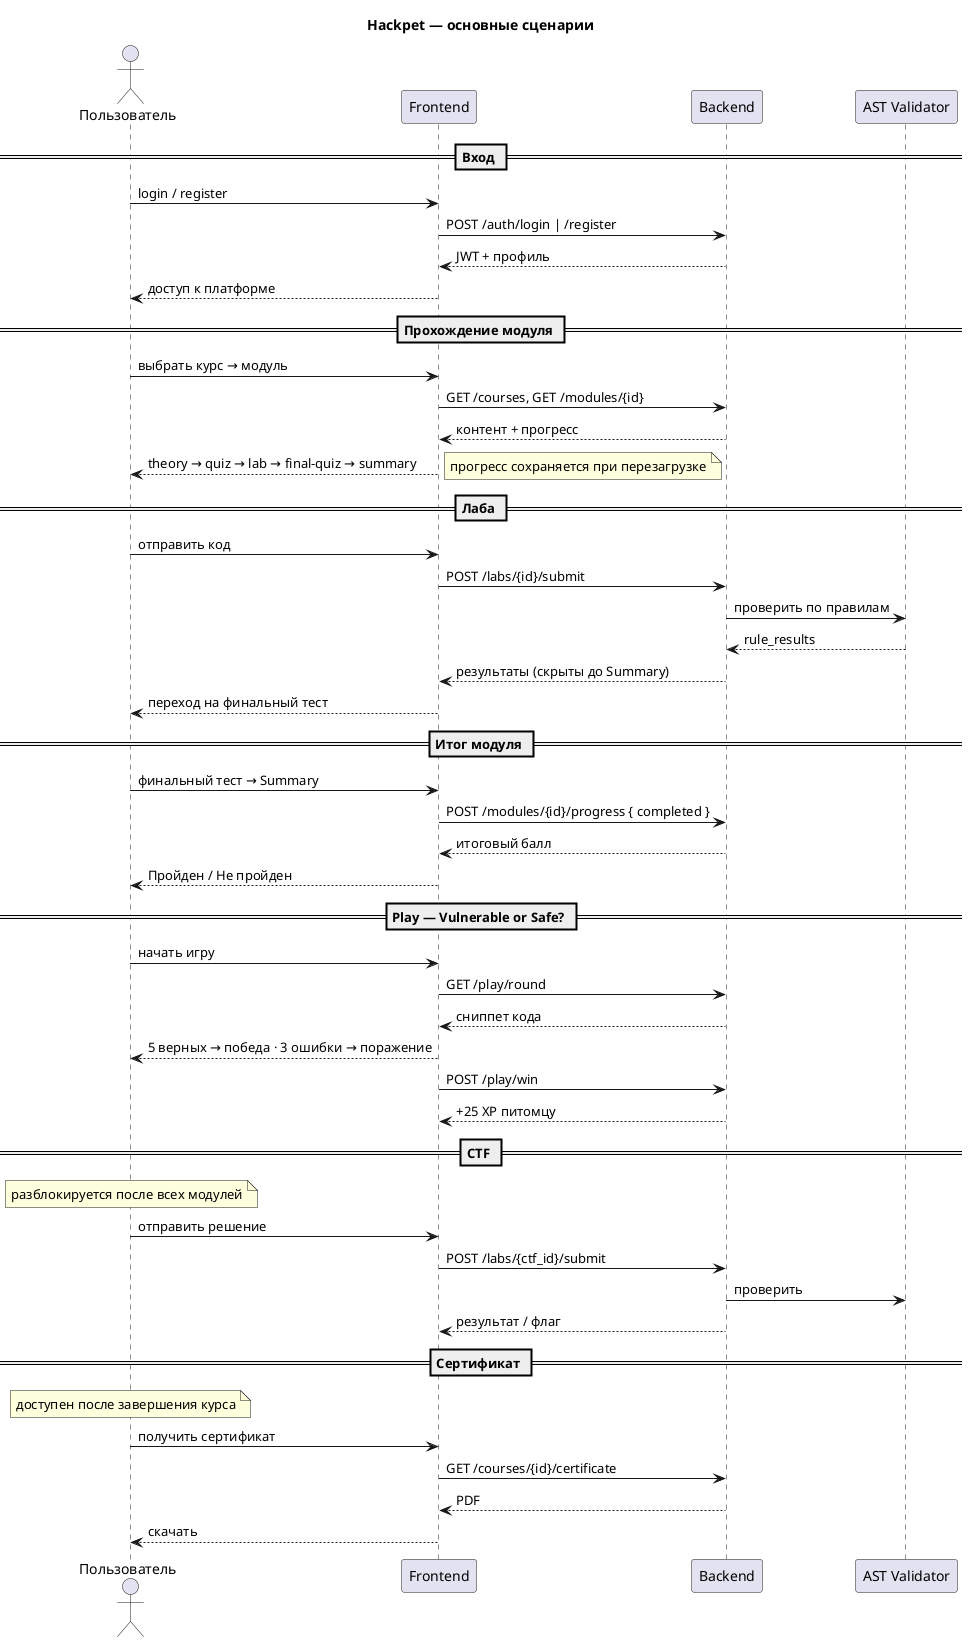
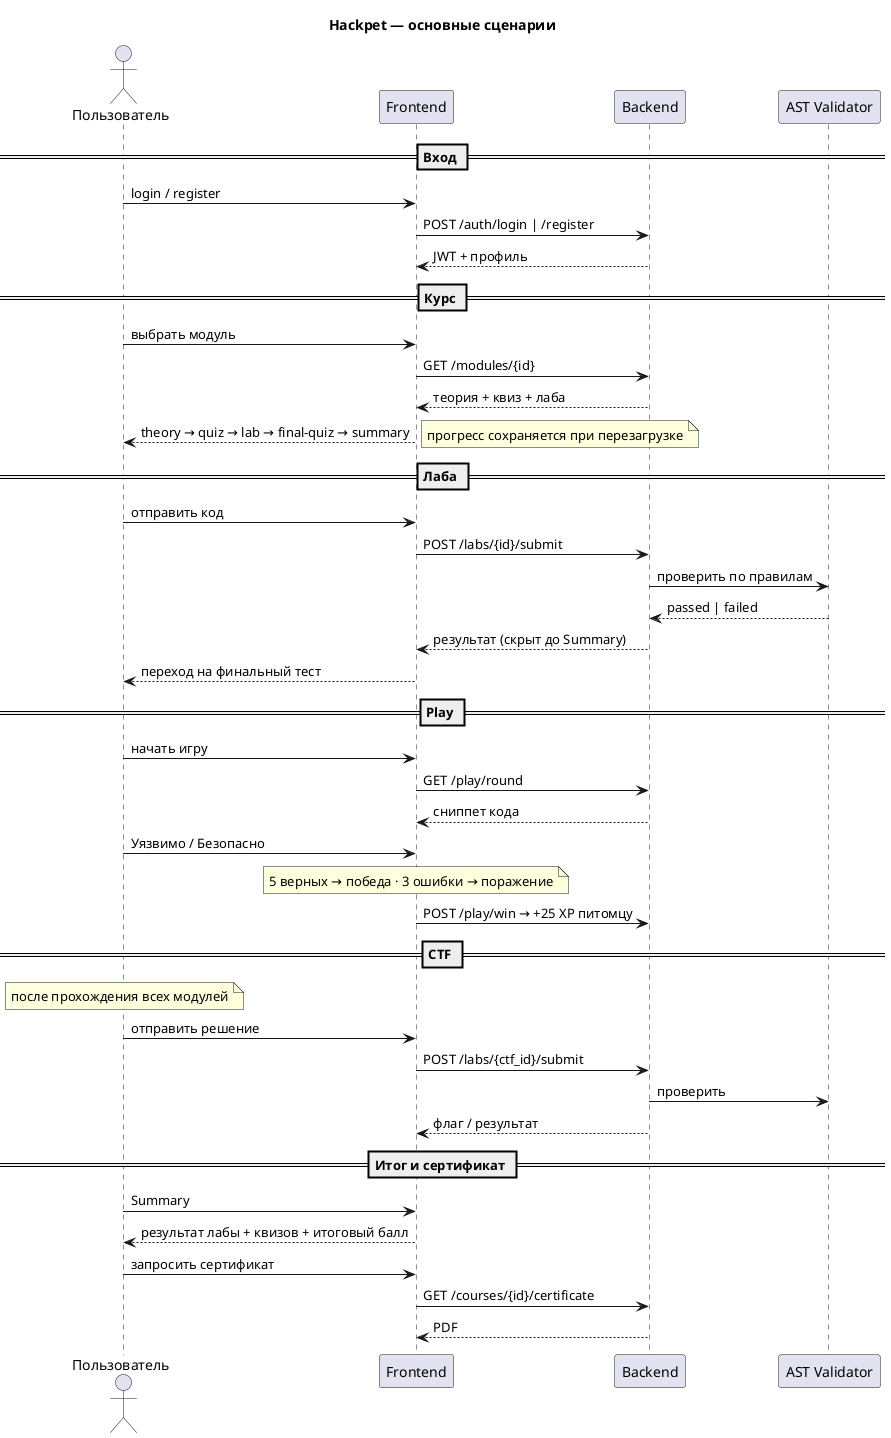
@startuml Hackpet_Main_Sequence
title Hackpet — основные сценарии

actor "Пользователь" as User
participant "Frontend" as FE
participant "Backend" as API
participant "AST Validator" as AST

== Вход ==
User -> FE : login / register
FE -> API : POST /auth/login | /register
API --> FE : JWT + профиль
- FE --> User : доступ к платформе

- == Прохождение модуля ==
- User -> FE : выбрать курс → модуль
- FE -> API : GET /courses, GET /modules/{id}
- API --> FE : контент + прогресс
+ == Курс ==
+ User -> FE : выбрать модуль
+ FE -> API : GET /modules/{id}
+ API --> FE : теория + квиз + лаба
FE --> User : theory → quiz → lab → final-quiz → summary
note right : прогресс сохраняется при перезагрузке

== Лаба ==
User -> FE : отправить код
FE -> API : POST /labs/{id}/submit
API -> AST : проверить по правилам
- AST --> API : rule_results
- API --> FE : результаты (скрыты до Summary)
+ AST --> API : passed | failed
+ API --> FE : результат (скрыт до Summary)
FE --> User : переход на финальный тест

- == Итог модуля ==
- User -> FE : финальный тест → Summary
- FE -> API : POST /modules/{id}/progress { completed }
- API --> FE : итоговый балл
- FE --> User : Пройден / Не пройден
- 
- == Play — Vulnerable or Safe? ==
+ == Play ==
User -> FE : начать игру
FE -> API : GET /play/round
API --> FE : сниппет кода
- FE --> User : 5 верных → победа · 3 ошибки → поражение
- FE -> API : POST /play/win
- API --> FE : +25 XP питомцу
+ User -> FE : Уязвимо / Безопасно
+ note over FE : 5 верных → победа · 3 ошибки → поражение
+ FE -> API : POST /play/win → +25 XP питомцу

== CTF ==
- note over User : разблокируется после всех модулей
+ note over User : после прохождения всех модулей
User -> FE : отправить решение
FE -> API : POST /labs/{ctf_id}/submit
API -> AST : проверить
- API --> FE : результат / флаг
+ API --> FE : флаг / результат

- == Сертификат ==
- note over User : доступен после завершения курса
- User -> FE : получить сертификат
+ == Итог и сертификат ==
+ User -> FE : Summary
+ FE --> User : результат лабы + квизов + итоговый балл
+ User -> FE : запросить сертификат
FE -> API : GET /courses/{id}/certificate
API --> FE : PDF
- FE --> User : скачать

@enduml
